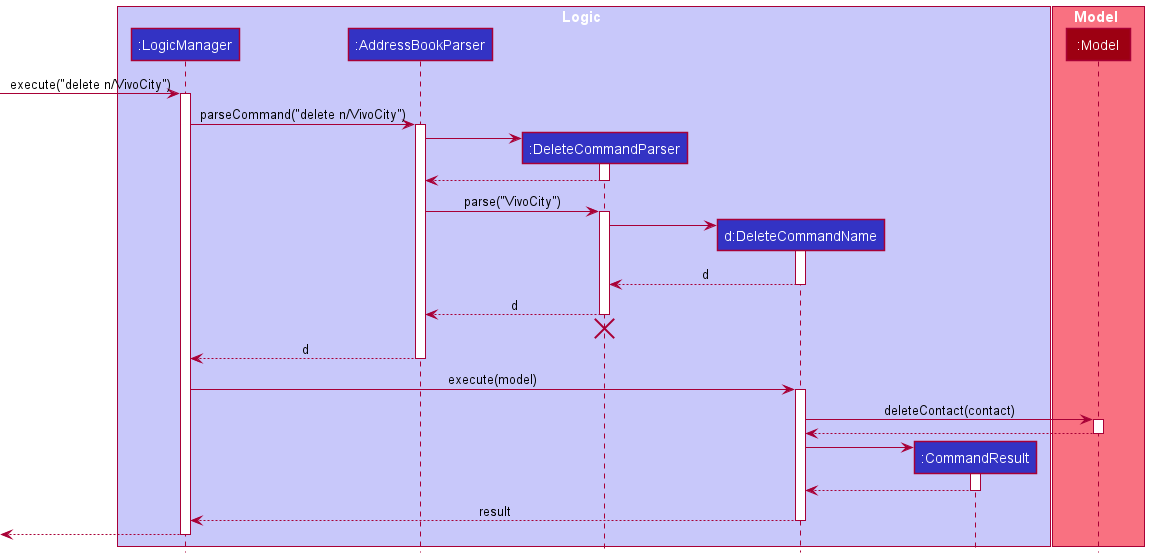
This is docs/images/DeleteSequenceDiagramName.png from nus-cs2103-AY2122S1/tp, a PlantUML export, as it was before one commit. Its diagram source:
```plantuml
@startuml
!include style.puml

box Logic LOGIC_COLOR_T1
participant ":LogicManager" as LogicManager LOGIC_COLOR
participant ":AddressBookParser" as AddressBookParser LOGIC_COLOR
participant ":DeleteCommandParser" as DeleteCommandParser LOGIC_COLOR
participant "d:DeleteCommandName" as DeleteCommandName LOGIC_COLOR
participant ":CommandResult" as CommandResult LOGIC_COLOR
end box

box Model MODEL_COLOR_T1
participant ":Model" as Model MODEL_COLOR
end box

[-> LogicManager : execute("delete n/VivoCity")
activate LogicManager

LogicManager -> AddressBookParser : parseCommand("delete n/VivoCity")
activate AddressBookParser

create DeleteCommandParser
AddressBookParser -> DeleteCommandParser
activate DeleteCommandParser

DeleteCommandParser --> AddressBookParser
deactivate DeleteCommandParser

AddressBookParser -> DeleteCommandParser : parse("VivoCity")
activate DeleteCommandParser

create DeleteCommandName
DeleteCommandParser -> DeleteCommandName
activate DeleteCommandName

DeleteCommandName --> DeleteCommandParser : d
deactivate DeleteCommandName

DeleteCommandParser --> AddressBookParser : d
deactivate DeleteCommandParser
DeleteCommandParser -[hidden]-> AddressBookParser
destroy DeleteCommandParser

AddressBookParser --> LogicManager : d
deactivate AddressBookParser

LogicManager -> DeleteCommandName : execute(model)
activate DeleteCommandName

DeleteCommandName -> Model : deleteContact(contact)
activate Model

Model --> DeleteCommandName
deactivate Model

create CommandResult
DeleteCommandName -> CommandResult
activate CommandResult

CommandResult --> DeleteCommandName
deactivate CommandResult

DeleteCommandName --> LogicManager : result
deactivate DeleteCommandName

[<--LogicManager
deactivate LogicManager
@enduml
```
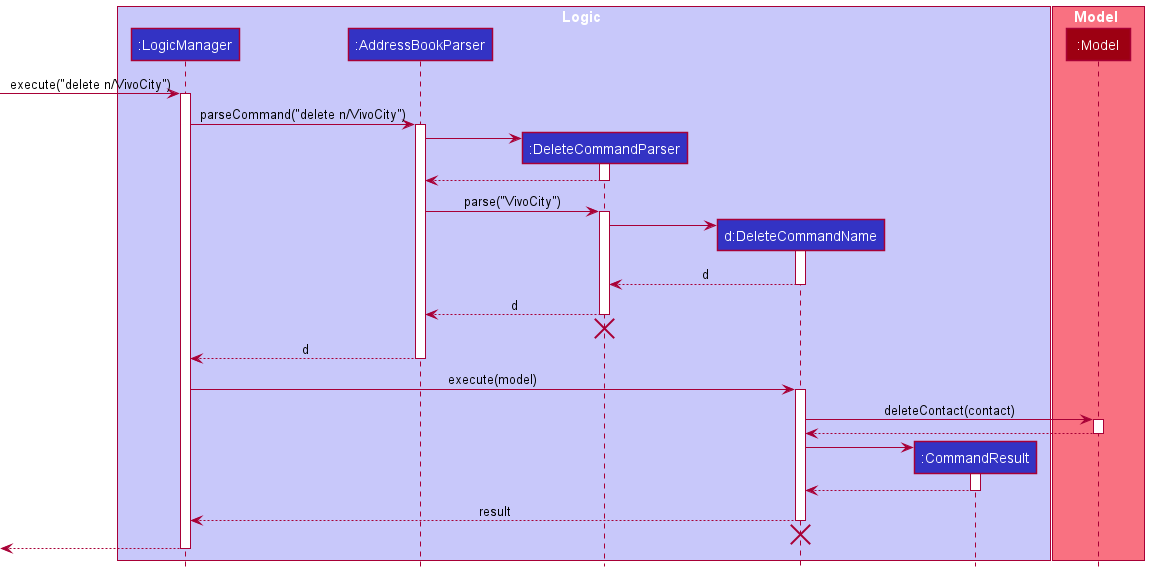
The same file after the commit.

Change to the diagram source:
```diff
@@ -62,6 +62,8 @@
 
 DeleteCommandName --> LogicManager : result
 deactivate DeleteCommandName
+DeleteCommandName -[hidden]-> LogicManager
+destroy DeleteCommandName
 
 [<--LogicManager
 deactivate LogicManager
```
